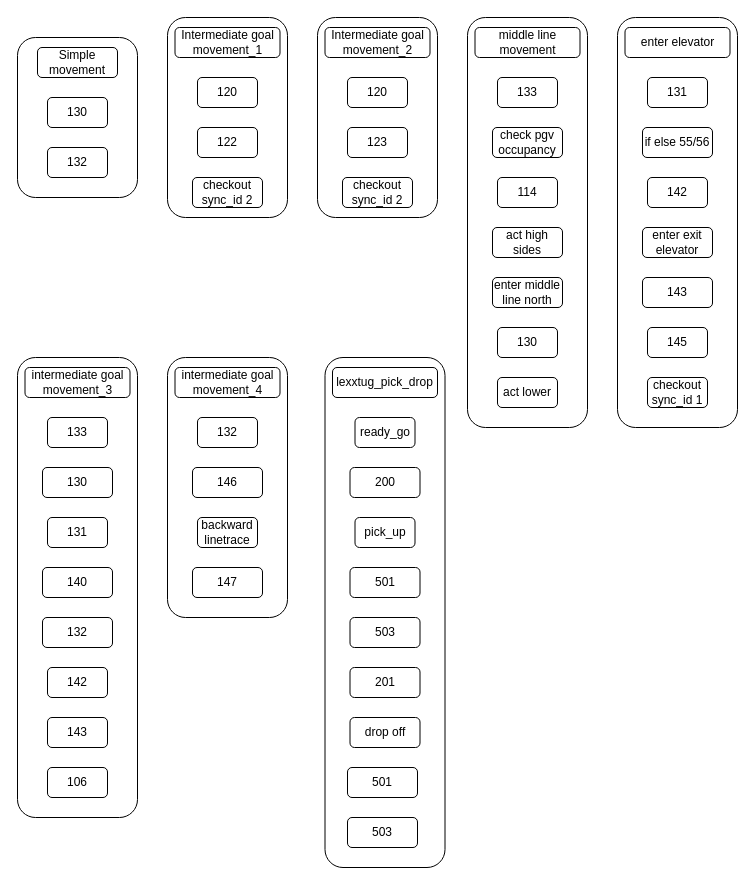
Before: 24hrtest.drawio in sdswoops824/myrepo, a draw.io diagram. Source tidied: cells renumbered, new cells numbered last; positions are measured from the earlier drawing's top-left corner, leaving out a move shared by most shapes. Both pictures are drawn from the tidied source at 100%, with x=0, y=0 at pixel (17, 17).
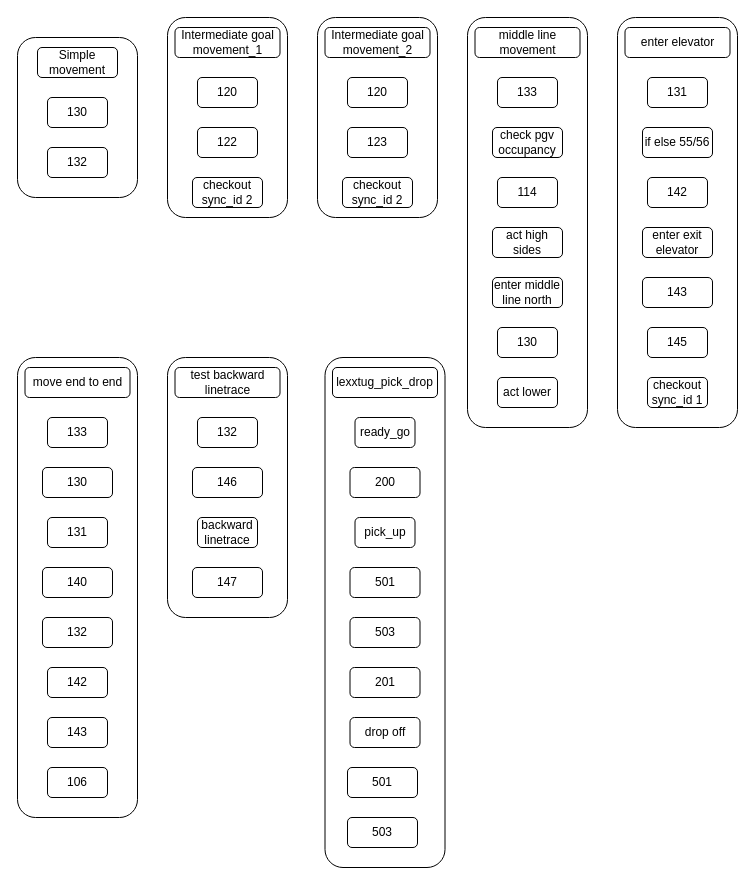
The same diagram, later.

Change to the diagram source:
```diff
@@
-    <mxCell id="36" value="intermediate goal movement_3" style="rounded=1;whiteSpace=wrap;html=1;" parent="1" vertex="1">
+    <mxCell id="36" value="move end to end" style="rounded=1;whiteSpace=wrap;html=1;" parent="1" vertex="1">
       <mxGeometry x="7.5" y="350" width="105" height="30" as="geometry" />
     </mxCell>
@@
-    <mxCell id="46" value="intermediate goal movement_4" style="rounded=1;whiteSpace=wrap;html=1;" parent="1" vertex="1">
+    <mxCell id="46" value="test backward linetrace" style="rounded=1;whiteSpace=wrap;html=1;" parent="1" vertex="1">
       <mxGeometry x="157.5" y="350" width="105" height="30" as="geometry" />
     </mxCell>
```
